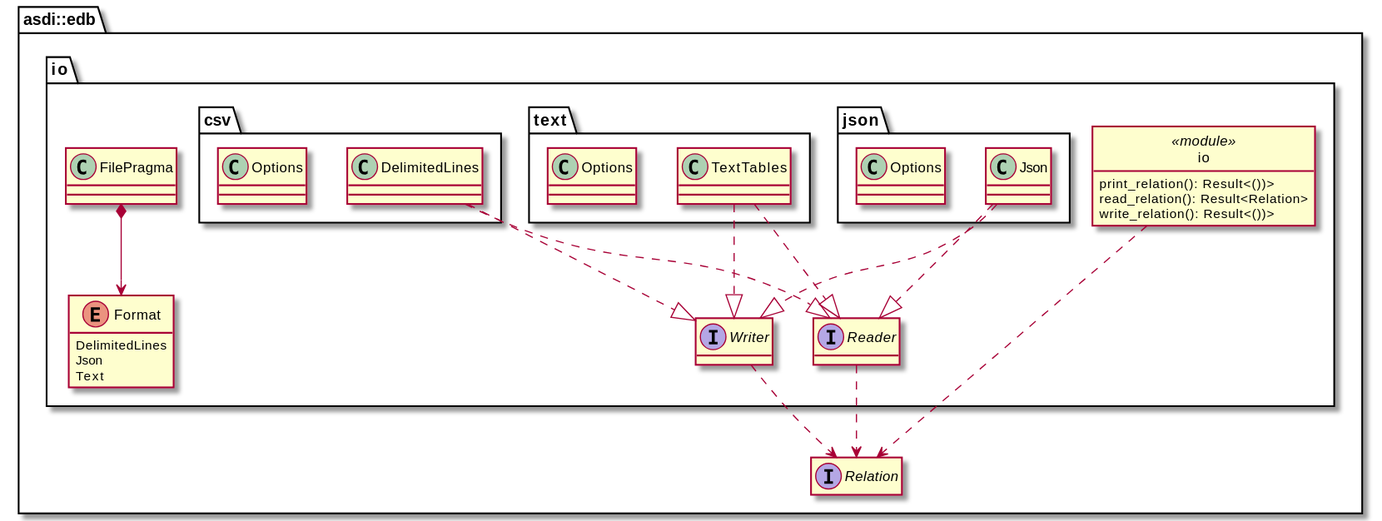
Earlier version of the PlantUML export book/src/model/edb_io.svg (johnstonskj/rust-asdi). Its diagram source:
```plantuml
@startuml

!include options.plantuml

interface asdi::edb::Relation
hide "asdi::edb::Relation" members

namespace asdi::edb::io {

    namespace csv {
        class DelimitedLines
        class Options
        DelimitedLines ..|> asdi::edb::io::Reader
        DelimitedLines ..|> asdi::edb::io::Writer
    }
    namespace json {
        class Json
        class Options
        Json ..|> asdi::edb::io::Reader
        Json ..|> asdi::edb::io::Writer
    }
    namespace text {
        class TextTables
        class Options
        TextTables ..|> asdi::edb::io::Reader
        TextTables ..|> asdi::edb::io::Writer
    }

    class FilePragma
    enum Format {
        DelimitedLines
        Json
        Text
    }

    FilePragma *-down-> Format

    interface Reader
    interface Writer

    class io << module >> {
        print_relation(): Result<())>
        read_relation(): Result<Relation>
        write_relation(): Result<())>
    }

    io ..> asdi::edb::Relation
    Reader ..> asdi::edb::Relation
    Writer ..> asdi::edb::Relation
}

@enduml
```
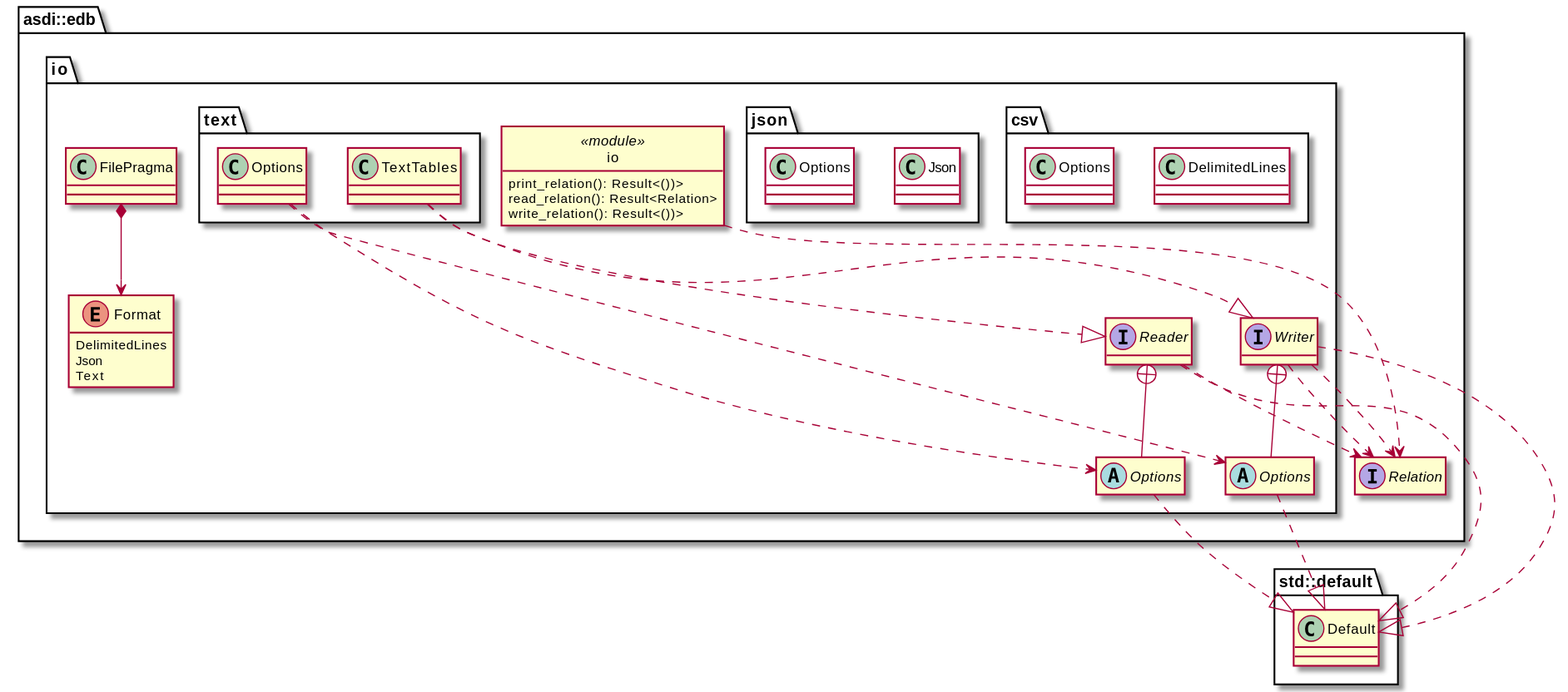
Above is the later version.

The edit, as a diff of the source:
```diff
@@ -8,22 +8,20 @@
 namespace asdi::edb::io {
 
     namespace csv {
-        class DelimitedLines
-        class Options
-        DelimitedLines ..|> asdi::edb::io::Reader
-        DelimitedLines ..|> asdi::edb::io::Writer
+        class DelimitedLines #white
+        class Options #white
     }
     namespace json {
-        class Json
-        class Options
-        Json ..|> asdi::edb::io::Reader
-        Json ..|> asdi::edb::io::Writer
+        class Json #white
+        class Options #white
     }
     namespace text {
         class TextTables
         class Options
         TextTables ..|> asdi::edb::io::Reader
         TextTables ..|> asdi::edb::io::Writer
+        Options ..> asdi::edb::io::Reader::Options
+        Options ..> asdi::edb::io::Writer::Options
     }
 
     class FilePragma
@@ -35,8 +33,24 @@
 
     FilePragma *-down-> Format
 
+
+    abstract class asdi::edb::io::Reader::Options
+    hide "asdi::edb::io::Reader::Options" members
+    asdi::edb::io::Reader::Options ..|> std::default::Default
+
     interface Reader
+    Reader ..|> std::default::Default
+    Reader +-- asdi::edb::io::Reader::Options
+    Reader ..> asdi::edb::Relation
+
+    abstract class asdi::edb::io::Writer::Options
+    hide "asdi::edb::io::Writer::Options" members
+    asdi::edb::io::Writer::Options ..|> std::default::Default
+
     interface Writer
+    Writer ..|> std::default::Default
+    Writer +-- asdi::edb::io::Writer::Options
+    Writer ..> asdi::edb::Relation
 
     class io << module >> {
         print_relation(): Result<())>
@@ -45,7 +59,6 @@
     }
 
     io ..> asdi::edb::Relation
-    Reader ..> asdi::edb::Relation
     Writer ..> asdi::edb::Relation
 }
 
```
